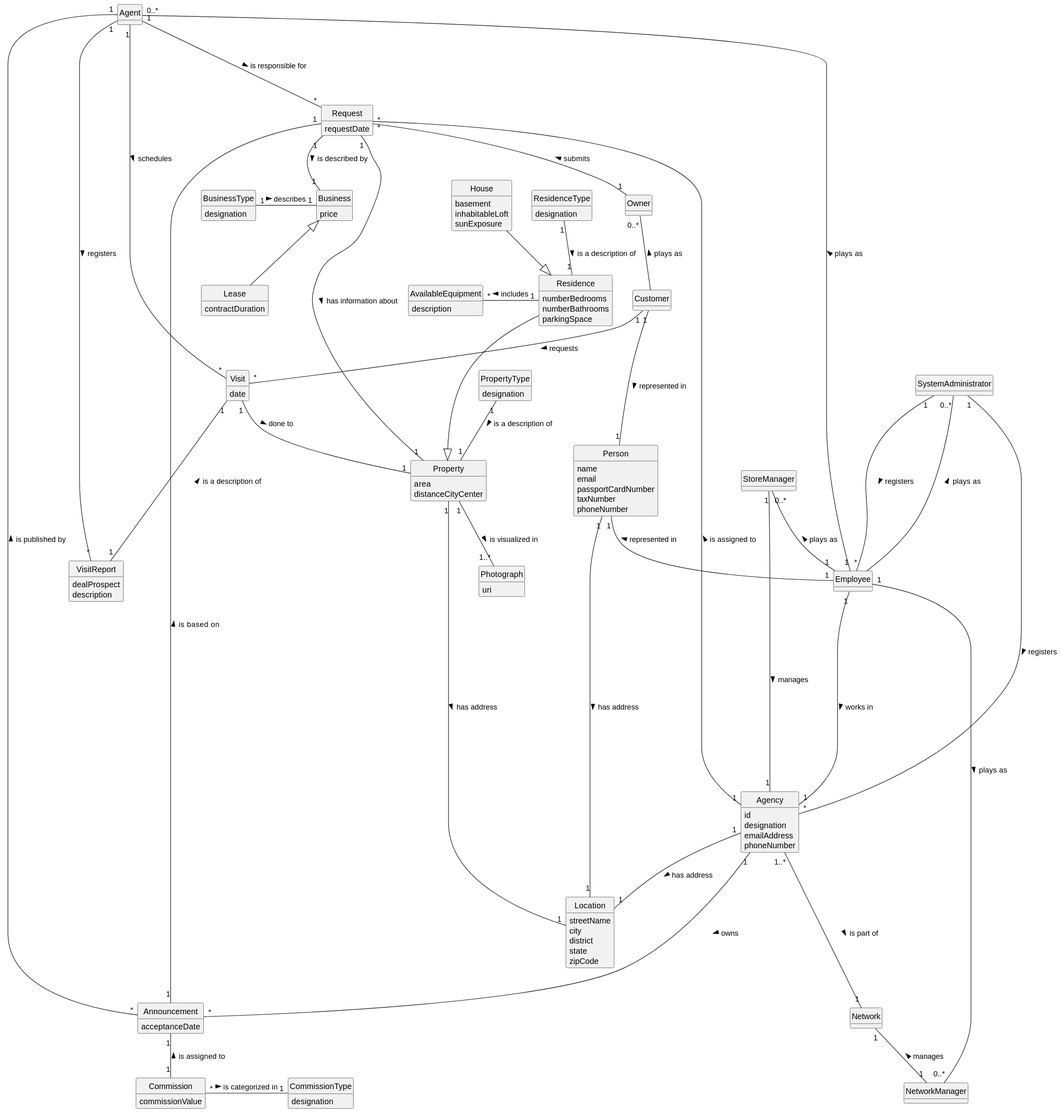
rita-barbosa/LAPR2-2223 keeps this PlantUML diagram as docs/sprintC/global-artifacts/02.analysis/svg/project-domain-model.svg. Above is the earlier version.
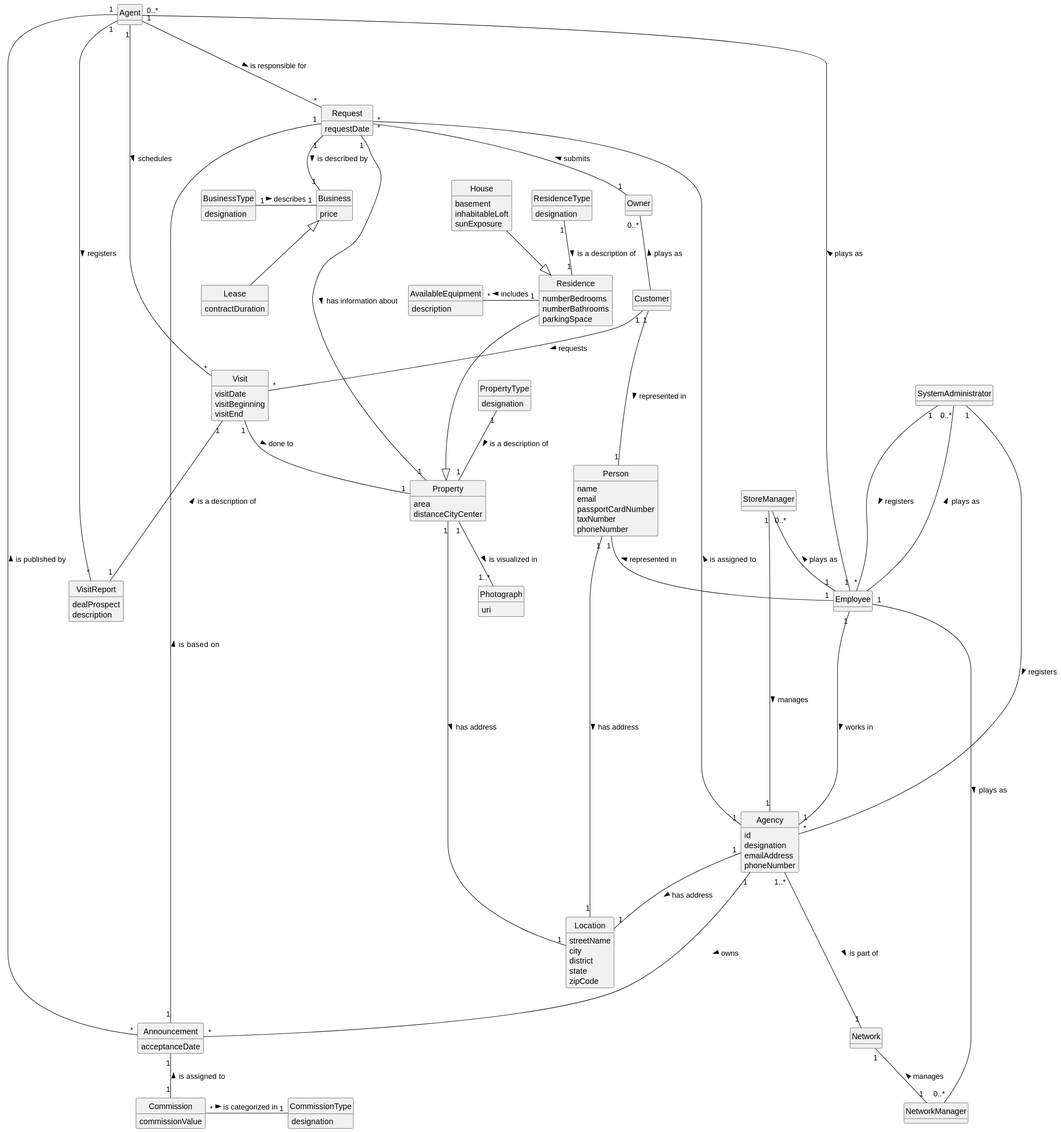
After the change.

Commit message:
Project Domain Model update [all] [Analysis]

Diff of the diagram source:
```diff
@@ -47,7 +47,9 @@
 }
 
 class Visit{
-date
+visitDate
+visitBeginning
+visitEnd
 }
 class VisitReport{
  dealProspect
```
